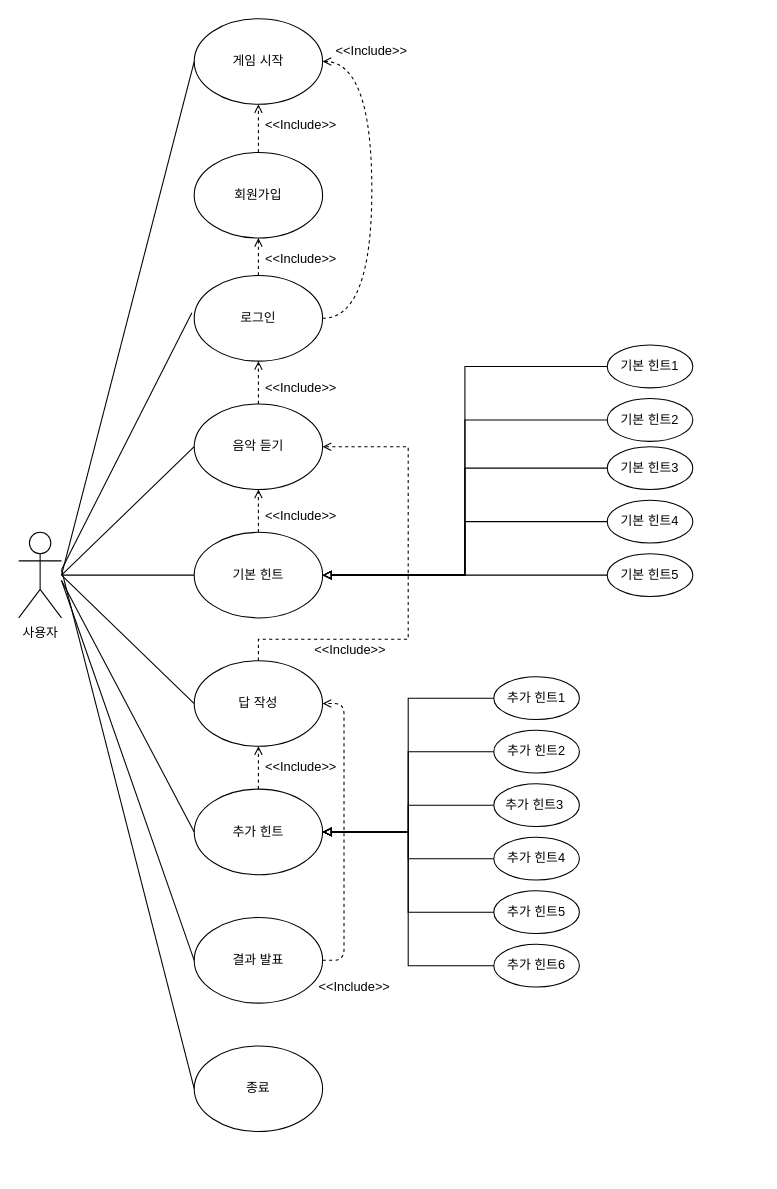
Earlier version of the draw.io diagram 유스케이스.drawio (2024-SMHRD-SW-Fullstack-1/CDE-Markect). Source tidied: cells renumbered, new cells numbered last; positions are measured from the earlier drawing's top-left corner, leaving out a move shared by most shapes. Both pictures are drawn from the tidied source at 107%, with x=0, y=0 at pixel (18, 18).
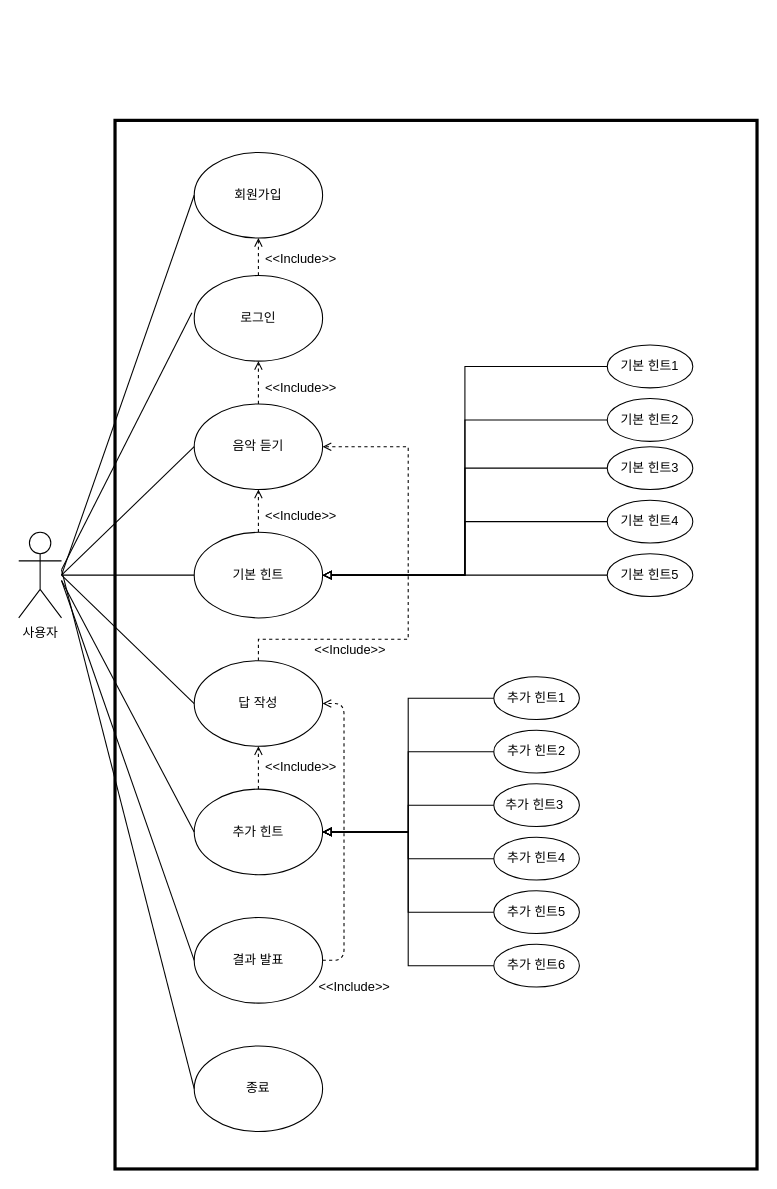
After the change.

Commit message:
미니프로젝트

The change refers to these unchanged cells:
```xml
<mxCell id="11" value="회원가입" style="ellipse;whiteSpace=wrap;html=1;" parent="1" vertex="1">
  <mxGeometry x="164" y="125" width="120" height="80" as="geometry" />
</mxCell>
<mxCell id="28" value="로그인" style="ellipse;whiteSpace=wrap;html=1;" parent="1" vertex="1">
  <mxGeometry x="164" y="240" width="120" height="80" as="geometry" />
</mxCell>
```

Change to the diagram source:
```diff
@@
-    <mxCell id="10" style="edgeStyle=orthogonalEdgeStyle;rounded=0;jettySize=auto;html=1;exitX=0.5;exitY=0;exitDx=0;exitDy=0;entryX=0.5;entryY=1;entryDx=0;entryDy=0;dashed=1;endArrow=open;endFill=0;" parent="1" edge="1" source="11" target="12">
-      <mxGeometry relative="1" as="geometry" />
-    </mxCell>
@@
-    <mxCell id="12" value="게임 시작" style="ellipse;whiteSpace=wrap;html=1;" parent="1" vertex="1">
-      <mxGeometry x="164" width="120" height="80" as="geometry" />
-    </mxCell>
@@
-    <mxCell id="27" style="edgeStyle=orthogonalEdgeStyle;rounded=0;jettySize=auto;html=1;exitX=1;exitY=0.5;exitDx=0;exitDy=0;entryX=1;entryY=0.5;entryDx=0;entryDy=0;curved=1;dashed=1;endArrow=open;endFill=0;" parent="1" edge="1" source="28" target="12">
-      <mxGeometry relative="1" as="geometry">
-        <Array as="points">
-          <mxPoint x="330" y="280" />
-          <mxPoint x="330" y="40" />
-        </Array>
-      </mxGeometry>
-    </mxCell>
@@
-    <mxCell id="30" value="&amp;lt;&amp;lt;Include&amp;gt;&amp;gt;" style="text;html=1;align=center;verticalAlign=middle;whiteSpace=wrap;rounded=0;" parent="1" vertex="1">
-      <mxGeometry x="234" y="85" width="60" height="30" as="geometry" />
-    </mxCell>
@@
-    <mxCell id="36" value="&amp;lt;&amp;lt;Include&amp;gt;&amp;gt;" style="text;html=1;align=center;verticalAlign=middle;whiteSpace=wrap;rounded=0;" parent="1" vertex="1">
-      <mxGeometry x="300" y="15" width="60" height="30" as="geometry" />
-    </mxCell>
@@
-    <mxCell id="46" style="endArrow=none;html=1;rounded=0;entryX=0;entryY=0.5;entryDx=0;entryDy=0;" parent="1" edge="1" target="12">
+    <mxCell id="46" style="endArrow=none;html=1;rounded=0;entryX=0;entryY=0.5;entryDx=0;entryDy=0;" parent="1" edge="1" target="11">
       <mxGeometry relative="1" as="geometry">
         <mxPoint x="40" y="520" as="sourcePoint" />
       </mxGeometry>
     </mxCell>
@@
+    <mxCell id="58" style="rounded=0;whiteSpace=wrap;html=1;fillColor=none;strokeWidth=3;" parent="1" vertex="1">
+      <mxGeometry x="90" y="95" width="600" height="980" as="geometry" />
+    </mxCell>
```
